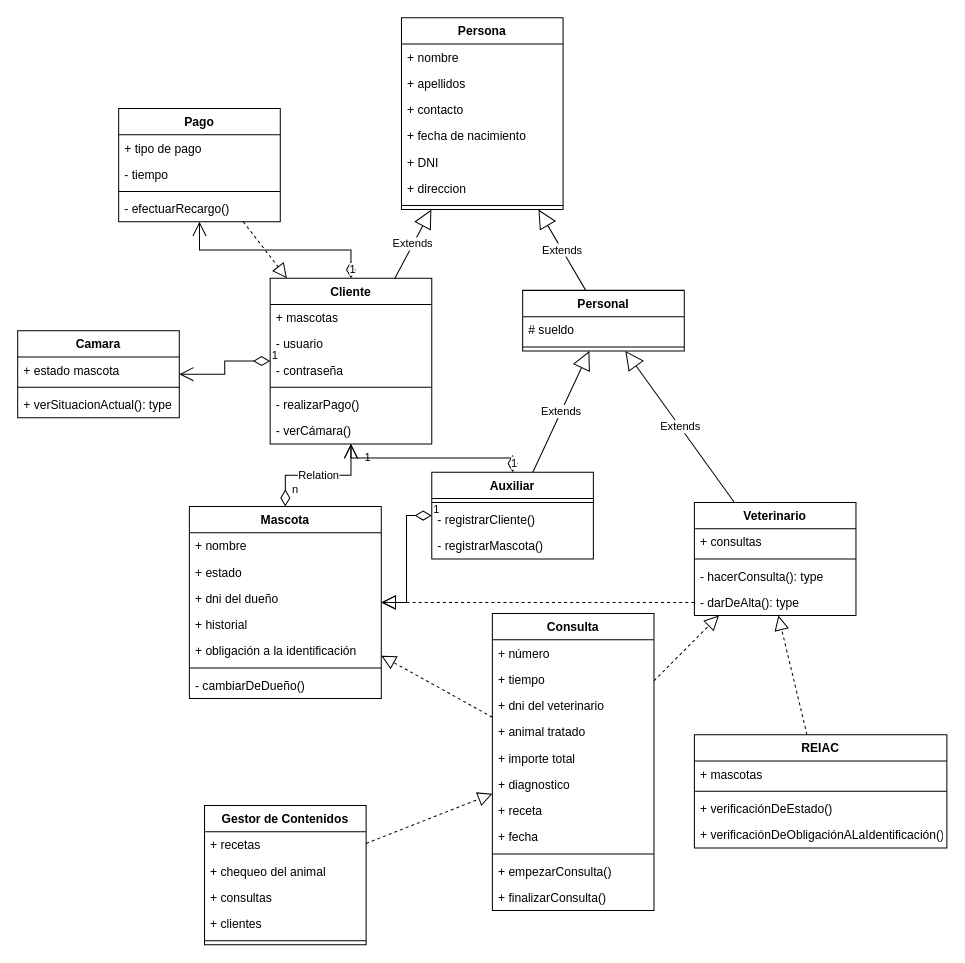
This is Untitled Diagram 2.drawio from alejandro-vasquez-es/super-auto-pets, a draw.io file, before an edit. Source tidied: cells renumbered, new cells numbered last; positions are measured from the earlier drawing's top-left corner, leaving out a move shared by most shapes. Both pictures are drawn from the tidied source at 101%, with x=0, y=0 at pixel (17, 17).
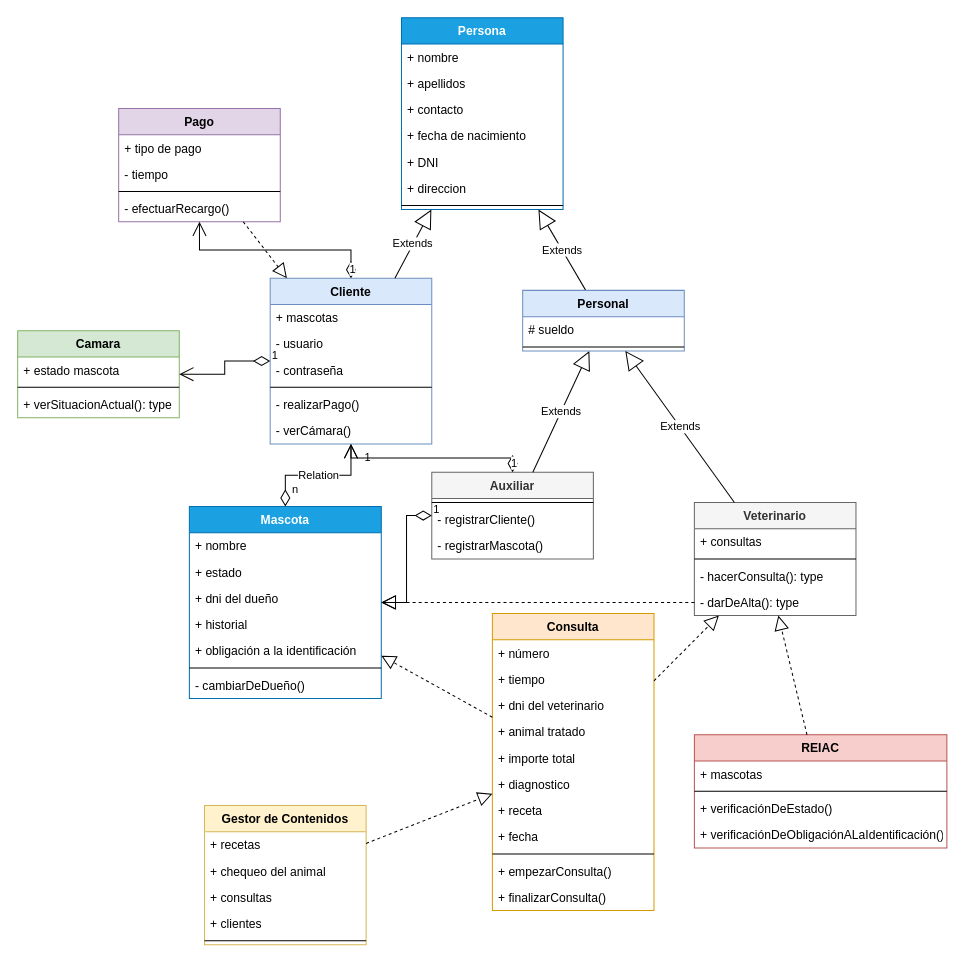
After the change.

Change to the diagram source:
```diff
@@
-    <mxCell id="2" value="Mascota" style="swimlane;fontStyle=1;align=center;verticalAlign=top;horizontal=1;startSize=26;" parent="1" vertex="1">
+    <mxCell id="2" value="Mascota" style="swimlane;fontStyle=1;align=center;verticalAlign=top;horizontal=1;startSize=26;fillColor=#1ba1e2;fontColor=#ffffff;strokeColor=#006EAF;" parent="1" vertex="1">
       <mxGeometry x="170" y="484" width="190" height="190" as="geometry" />
     </mxCell>
@@
-    <mxCell id="10" value="REIAC" style="swimlane;fontStyle=1;align=center;verticalAlign=top;horizontal=1;startSize=26;" parent="1" vertex="1">
+    <mxCell id="10" value="REIAC" style="swimlane;fontStyle=1;align=center;verticalAlign=top;horizontal=1;startSize=26;fillColor=#f8cecc;strokeColor=#b85450;" parent="1" vertex="1">
       <mxGeometry x="670" y="710" width="250" height="112" as="geometry" />
     </mxCell>
@@
-    <mxCell id="15" value="Veterinario" style="swimlane;fontStyle=1;align=center;verticalAlign=top;horizontal=1;startSize=26;" parent="1" vertex="1">
+    <mxCell id="15" value="Veterinario" style="swimlane;fontStyle=1;align=center;verticalAlign=top;horizontal=1;startSize=26;fillColor=#f5f5f5;fontColor=#333333;strokeColor=#666666;" parent="1" vertex="1">
       <mxGeometry x="670" y="480" width="160" height="112" as="geometry" />
     </mxCell>
@@
-    <mxCell id="20" value="Persona" style="swimlane;fontStyle=1;align=center;verticalAlign=top;horizontal=1;startSize=26;" parent="1" vertex="1">
+    <mxCell id="20" value="Persona" style="swimlane;fontStyle=1;align=center;verticalAlign=top;horizontal=1;startSize=26;fillColor=#1ba1e2;strokeColor=#006EAF;fontColor=#ffffff;" parent="1" vertex="1">
       <mxGeometry x="380" width="160" height="190" as="geometry" />
     </mxCell>
@@
-    <mxCell id="28" value="Cliente" style="swimlane;fontStyle=1;align=center;verticalAlign=top;horizontal=1;startSize=26;" parent="1" vertex="1">
+    <mxCell id="28" value="Cliente" style="swimlane;fontStyle=1;align=center;verticalAlign=top;horizontal=1;startSize=26;fillColor=#dae8fc;strokeColor=#6c8ebf;" parent="1" vertex="1">
       <mxGeometry x="250" y="258" width="160" height="164" as="geometry" />
     </mxCell>
@@
-    <mxCell id="37" value="Auxiliar" style="swimlane;fontStyle=1;align=center;verticalAlign=top;horizontal=1;startSize=26;" parent="1" vertex="1">
+    <mxCell id="37" value="Auxiliar" style="swimlane;fontStyle=1;align=center;verticalAlign=top;horizontal=1;startSize=26;fillColor=#f5f5f5;fontColor=#333333;strokeColor=#666666;" parent="1" vertex="1">
       <mxGeometry x="410" y="450" width="160" height="86" as="geometry" />
     </mxCell>
@@
-    <mxCell id="42" value="Personal" style="swimlane;fontStyle=1;align=center;verticalAlign=top;horizontal=1;startSize=26;" parent="1" vertex="1">
+    <mxCell id="42" value="Personal" style="swimlane;fontStyle=1;align=center;verticalAlign=top;horizontal=1;startSize=26;fillColor=#dae8fc;strokeColor=#6c8ebf;" parent="1" vertex="1">
       <mxGeometry x="500" y="270" width="160" height="60" as="geometry" />
     </mxCell>
@@
-    <mxCell id="46" value="Consulta" style="swimlane;fontStyle=1;align=center;verticalAlign=top;horizontal=1;startSize=26;" parent="1" vertex="1">
+    <mxCell id="46" value="Consulta" style="swimlane;fontStyle=1;align=center;verticalAlign=top;horizontal=1;startSize=26;fillColor=#ffe6cc;strokeColor=#d79b00;" parent="1" vertex="1">
       <mxGeometry x="470" y="590" width="160" height="294" as="geometry" />
     </mxCell>
@@
-    <mxCell id="58" value="Camara" style="swimlane;fontStyle=1;align=center;verticalAlign=top;horizontal=1;startSize=26;" parent="1" vertex="1">
+    <mxCell id="58" value="Camara" style="swimlane;fontStyle=1;align=center;verticalAlign=top;horizontal=1;startSize=26;fillColor=#d5e8d4;strokeColor=#82b366;" parent="1" vertex="1">
       <mxGeometry y="310" width="160" height="86" as="geometry" />
     </mxCell>
@@
-    <mxCell id="62" value="Gestor de Contenidos" style="swimlane;fontStyle=1;align=center;verticalAlign=top;horizontal=1;startSize=26;" parent="1" vertex="1">
+    <mxCell id="62" value="Gestor de Contenidos" style="swimlane;fontStyle=1;align=center;verticalAlign=top;horizontal=1;startSize=26;fillColor=#fff2cc;strokeColor=#d6b656;" parent="1" vertex="1">
       <mxGeometry x="185" y="780" width="160" height="138" as="geometry" />
     </mxCell>
@@
-    <mxCell id="68" value="Pago" style="swimlane;fontStyle=1;align=center;verticalAlign=top;horizontal=1;startSize=26;" parent="1" vertex="1">
+    <mxCell id="68" value="Pago" style="swimlane;fontStyle=1;align=center;verticalAlign=top;horizontal=1;startSize=26;fillColor=#e1d5e7;strokeColor=#9673a6;" parent="1" vertex="1">
       <mxGeometry x="100" y="90" width="160" height="112" as="geometry" />
     </mxCell>
```
